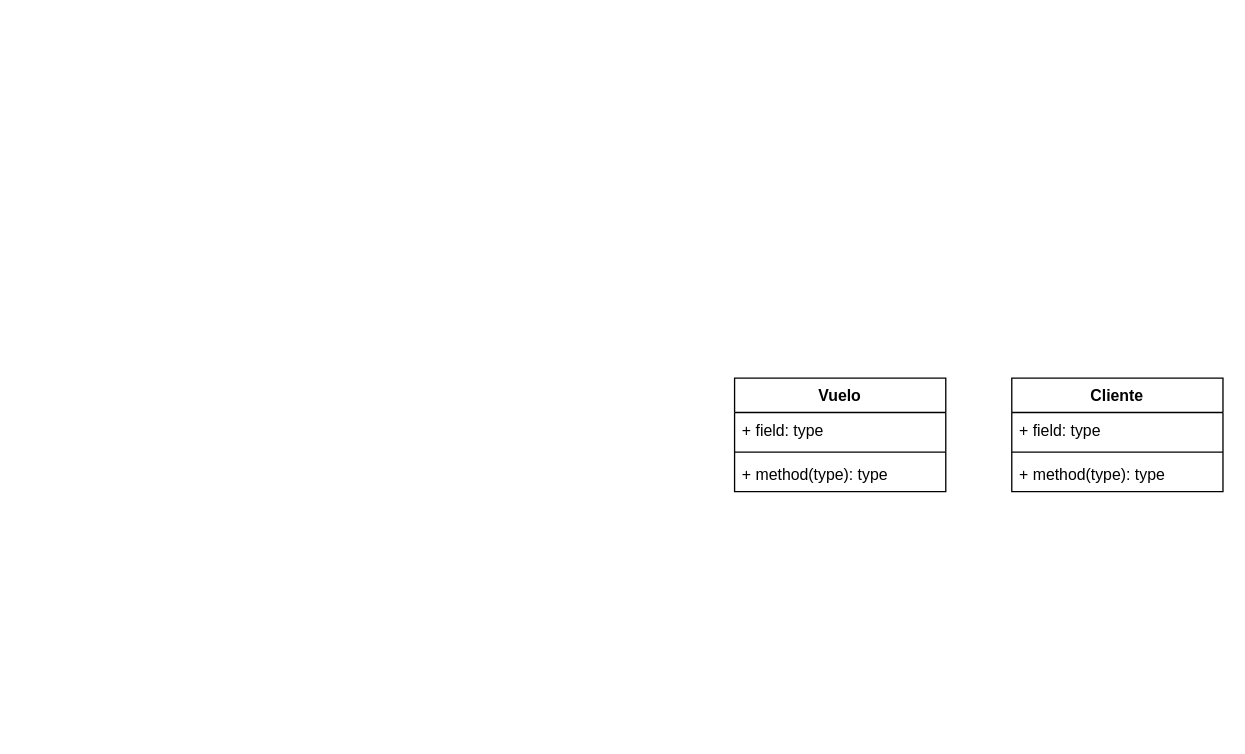
Above: Proyecto/diagrama.drawio in AlexaBF/OOP (draw.io), before the change. Source tidied: cells renumbered, new cells numbered last; positions are measured from the earlier drawing's top-left corner, leaving out a move shared by most shapes. Both pictures are drawn from the tidied source at 132%, with x=0, y=0 at pixel (734, 378).
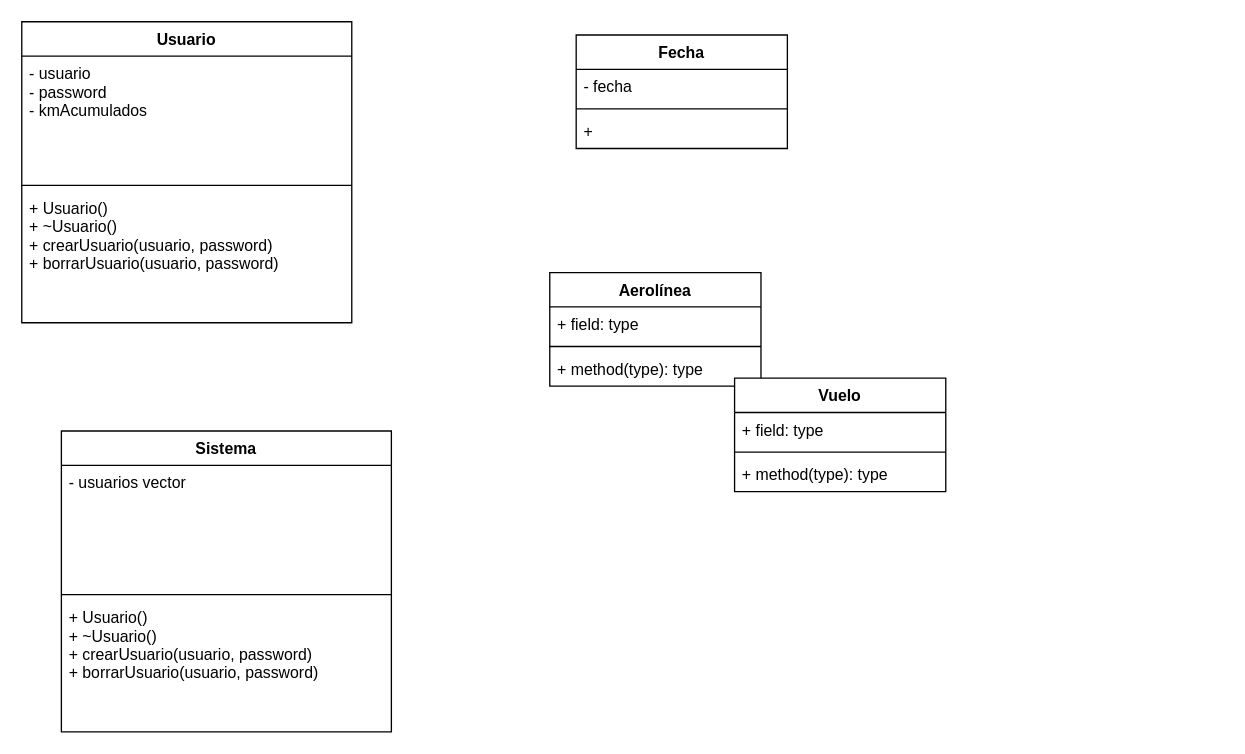
Above is the later version.

Commit message:
diagrama proyecto

Unchanged cells that the change refers to:
```xml
<mxCell id="2" value="Vuelo" style="swimlane;fontStyle=1;align=center;verticalAlign=top;horizontal=1;startSize=26;" parent="1" vertex="1">
  <mxGeometry width="160" height="86" as="geometry" />
</mxCell>
```

The edit, as a diff of the source:
```diff
@@
+    <mxCell id="9" value="Usuario" style="swimlane;fontStyle=1;align=center;verticalAlign=top;horizontal=1;startSize=26;" parent="1" vertex="1">
+      <mxGeometry x="-540" y="-270" width="250" height="228" as="geometry" />
+    </mxCell>
+    <mxCell id="10" value="- usuario&#10;- password&#10;- kmAcumulados" style="text;strokeColor=none;fillColor=none;align=left;verticalAlign=top;spacingLeft=4;spacingRight=4;overflow=hidden;" parent="9" vertex="1">
+      <mxGeometry y="26" width="250" height="94" as="geometry" />
+    </mxCell>
+    <mxCell id="11" style="line;strokeWidth=1;fillColor=none;align=left;verticalAlign=middle;spacingTop=-1;spacingLeft=3;spacingRight=3;labelPosition=right;strokeColor=inherit;" parent="9" vertex="1">
+      <mxGeometry y="120" width="250" height="8" as="geometry" />
+    </mxCell>
+    <mxCell id="12" value="+ Usuario()&#10;+ ~Usuario()&#10;+ crearUsuario(usuario, password)&#10;+ borrarUsuario(usuario, password)" style="text;strokeColor=none;fillColor=none;align=left;verticalAlign=top;spacingLeft=4;spacingRight=4;overflow=hidden;" parent="9" vertex="1">
+      <mxGeometry y="128" width="250" height="100" as="geometry" />
+    </mxCell>
+    <mxCell id="13" value="Fecha" style="swimlane;fontStyle=1;align=center;verticalAlign=top;horizontal=1;startSize=26;" parent="1" vertex="1">
+      <mxGeometry x="-120" y="-260" width="160" height="86" as="geometry" />
+    </mxCell>
+    <mxCell id="14" value="- fecha" style="text;strokeColor=none;fillColor=none;align=left;verticalAlign=top;spacingLeft=4;spacingRight=4;overflow=hidden;" parent="13" vertex="1">
+      <mxGeometry y="26" width="160" height="26" as="geometry" />
+    </mxCell>
+    <mxCell id="15" style="line;strokeWidth=1;fillColor=none;align=left;verticalAlign=middle;spacingTop=-1;spacingLeft=3;spacingRight=3;labelPosition=right;strokeColor=inherit;" parent="13" vertex="1">
+      <mxGeometry y="52" width="160" height="8" as="geometry" />
+    </mxCell>
+    <mxCell id="16" value="+ " style="text;strokeColor=none;fillColor=none;align=left;verticalAlign=top;spacingLeft=4;spacingRight=4;overflow=hidden;" parent="13" vertex="1">
+      <mxGeometry y="60" width="160" height="26" as="geometry" />
+    </mxCell>
+    <mxCell id="17" value="Aerolínea" style="swimlane;fontStyle=1;align=center;verticalAlign=top;horizontal=1;startSize=26;" parent="1" vertex="1">
+      <mxGeometry x="-140" y="-80" width="160" height="86" as="geometry" />
+    </mxCell>
+    <mxCell id="18" value="+ field: type" style="text;strokeColor=none;fillColor=none;align=left;verticalAlign=top;spacingLeft=4;spacingRight=4;overflow=hidden;" parent="17" vertex="1">
+      <mxGeometry y="26" width="160" height="26" as="geometry" />
+    </mxCell>
+    <mxCell id="19" style="line;strokeWidth=1;fillColor=none;align=left;verticalAlign=middle;spacingTop=-1;spacingLeft=3;spacingRight=3;labelPosition=right;strokeColor=inherit;" parent="17" vertex="1">
+      <mxGeometry y="52" width="160" height="8" as="geometry" />
+    </mxCell>
+    <mxCell id="20" value="+ method(type): type" style="text;strokeColor=none;fillColor=none;align=left;verticalAlign=top;spacingLeft=4;spacingRight=4;overflow=hidden;" parent="17" vertex="1">
+      <mxGeometry y="60" width="160" height="26" as="geometry" />
+    </mxCell>
@@
-    <mxCell id="3" value="+ field: type" style="text;strokeColor=none;fillColor=none;align=left;verticalAlign=top;spacingLeft=4;spacingRight=4;overflow=hidden;" parent="2" vertex="1">
-      <mxGeometry y="26" width="160" height="26" as="geometry" />
-    </mxCell>
-    <mxCell id="4" style="line;strokeWidth=1;fillColor=none;align=left;verticalAlign=middle;spacingTop=-1;spacingLeft=3;spacingRight=3;labelPosition=right;" parent="2" vertex="1">
-      <mxGeometry y="52" width="160" height="8" as="geometry" />
-    </mxCell>
-    <mxCell id="5" value="+ method(type): type" style="text;strokeColor=none;fillColor=none;align=left;verticalAlign=top;spacingLeft=4;spacingRight=4;overflow=hidden;" parent="2" vertex="1">
-      <mxGeometry y="60" width="160" height="26" as="geometry" />
-    </mxCell>
-    <mxCell id="6" value="Cliente" style="swimlane;fontStyle=1;align=center;verticalAlign=top;horizontal=1;startSize=26;" parent="1" vertex="1">
-      <mxGeometry x="210" width="160" height="86" as="geometry" />
-    </mxCell>
-    <mxCell id="7" value="+ field: type" style="text;strokeColor=none;fillColor=none;align=left;verticalAlign=top;spacingLeft=4;spacingRight=4;overflow=hidden;" parent="6" vertex="1">
-      <mxGeometry y="26" width="160" height="26" as="geometry" />
-    </mxCell>
-    <mxCell id="8" style="line;strokeWidth=1;fillColor=none;align=left;verticalAlign=middle;spacingTop=-1;spacingLeft=3;spacingRight=3;labelPosition=right;" parent="6" vertex="1">
-      <mxGeometry y="52" width="160" height="8" as="geometry" />
-    </mxCell>
-    <mxCell id="9" value="+ method(type): type" style="text;strokeColor=none;fillColor=none;align=left;verticalAlign=top;spacingLeft=4;spacingRight=4;overflow=hidden;" parent="6" vertex="1">
-      <mxGeometry y="60" width="160" height="26" as="geometry" />
-    </mxCell>
+    <mxCell id="21" value="+ field: type" style="text;strokeColor=none;fillColor=none;align=left;verticalAlign=top;spacingLeft=4;spacingRight=4;overflow=hidden;" parent="2" vertex="1">
+      <mxGeometry y="26" width="160" height="26" as="geometry" />
+    </mxCell>
+    <mxCell id="22" style="line;strokeWidth=1;fillColor=none;align=left;verticalAlign=middle;spacingTop=-1;spacingLeft=3;spacingRight=3;labelPosition=right;strokeColor=inherit;" parent="2" vertex="1">
+      <mxGeometry y="52" width="160" height="8" as="geometry" />
+    </mxCell>
+    <mxCell id="23" value="+ method(type): type" style="text;strokeColor=none;fillColor=none;align=left;verticalAlign=top;spacingLeft=4;spacingRight=4;overflow=hidden;" parent="2" vertex="1">
+      <mxGeometry y="60" width="160" height="26" as="geometry" />
+    </mxCell>
+    <mxCell id="24" value="Sistema" style="swimlane;fontStyle=1;align=center;verticalAlign=top;horizontal=1;startSize=26;" parent="1" vertex="1">
+      <mxGeometry x="-510" y="40" width="250" height="228" as="geometry" />
+    </mxCell>
+    <mxCell id="25" value="- usuarios vector" style="text;strokeColor=none;fillColor=none;align=left;verticalAlign=top;spacingLeft=4;spacingRight=4;overflow=hidden;" parent="24" vertex="1">
+      <mxGeometry y="26" width="250" height="94" as="geometry" />
+    </mxCell>
+    <mxCell id="26" style="line;strokeWidth=1;fillColor=none;align=left;verticalAlign=middle;spacingTop=-1;spacingLeft=3;spacingRight=3;labelPosition=right;strokeColor=inherit;" parent="24" vertex="1">
+      <mxGeometry y="120" width="250" height="8" as="geometry" />
+    </mxCell>
+    <mxCell id="27" value="+ Usuario()&#10;+ ~Usuario()&#10;+ crearUsuario(usuario, password)&#10;+ borrarUsuario(usuario, password)" style="text;strokeColor=none;fillColor=none;align=left;verticalAlign=top;spacingLeft=4;spacingRight=4;overflow=hidden;" parent="24" vertex="1">
+      <mxGeometry y="128" width="250" height="100" as="geometry" />
+    </mxCell>
```
